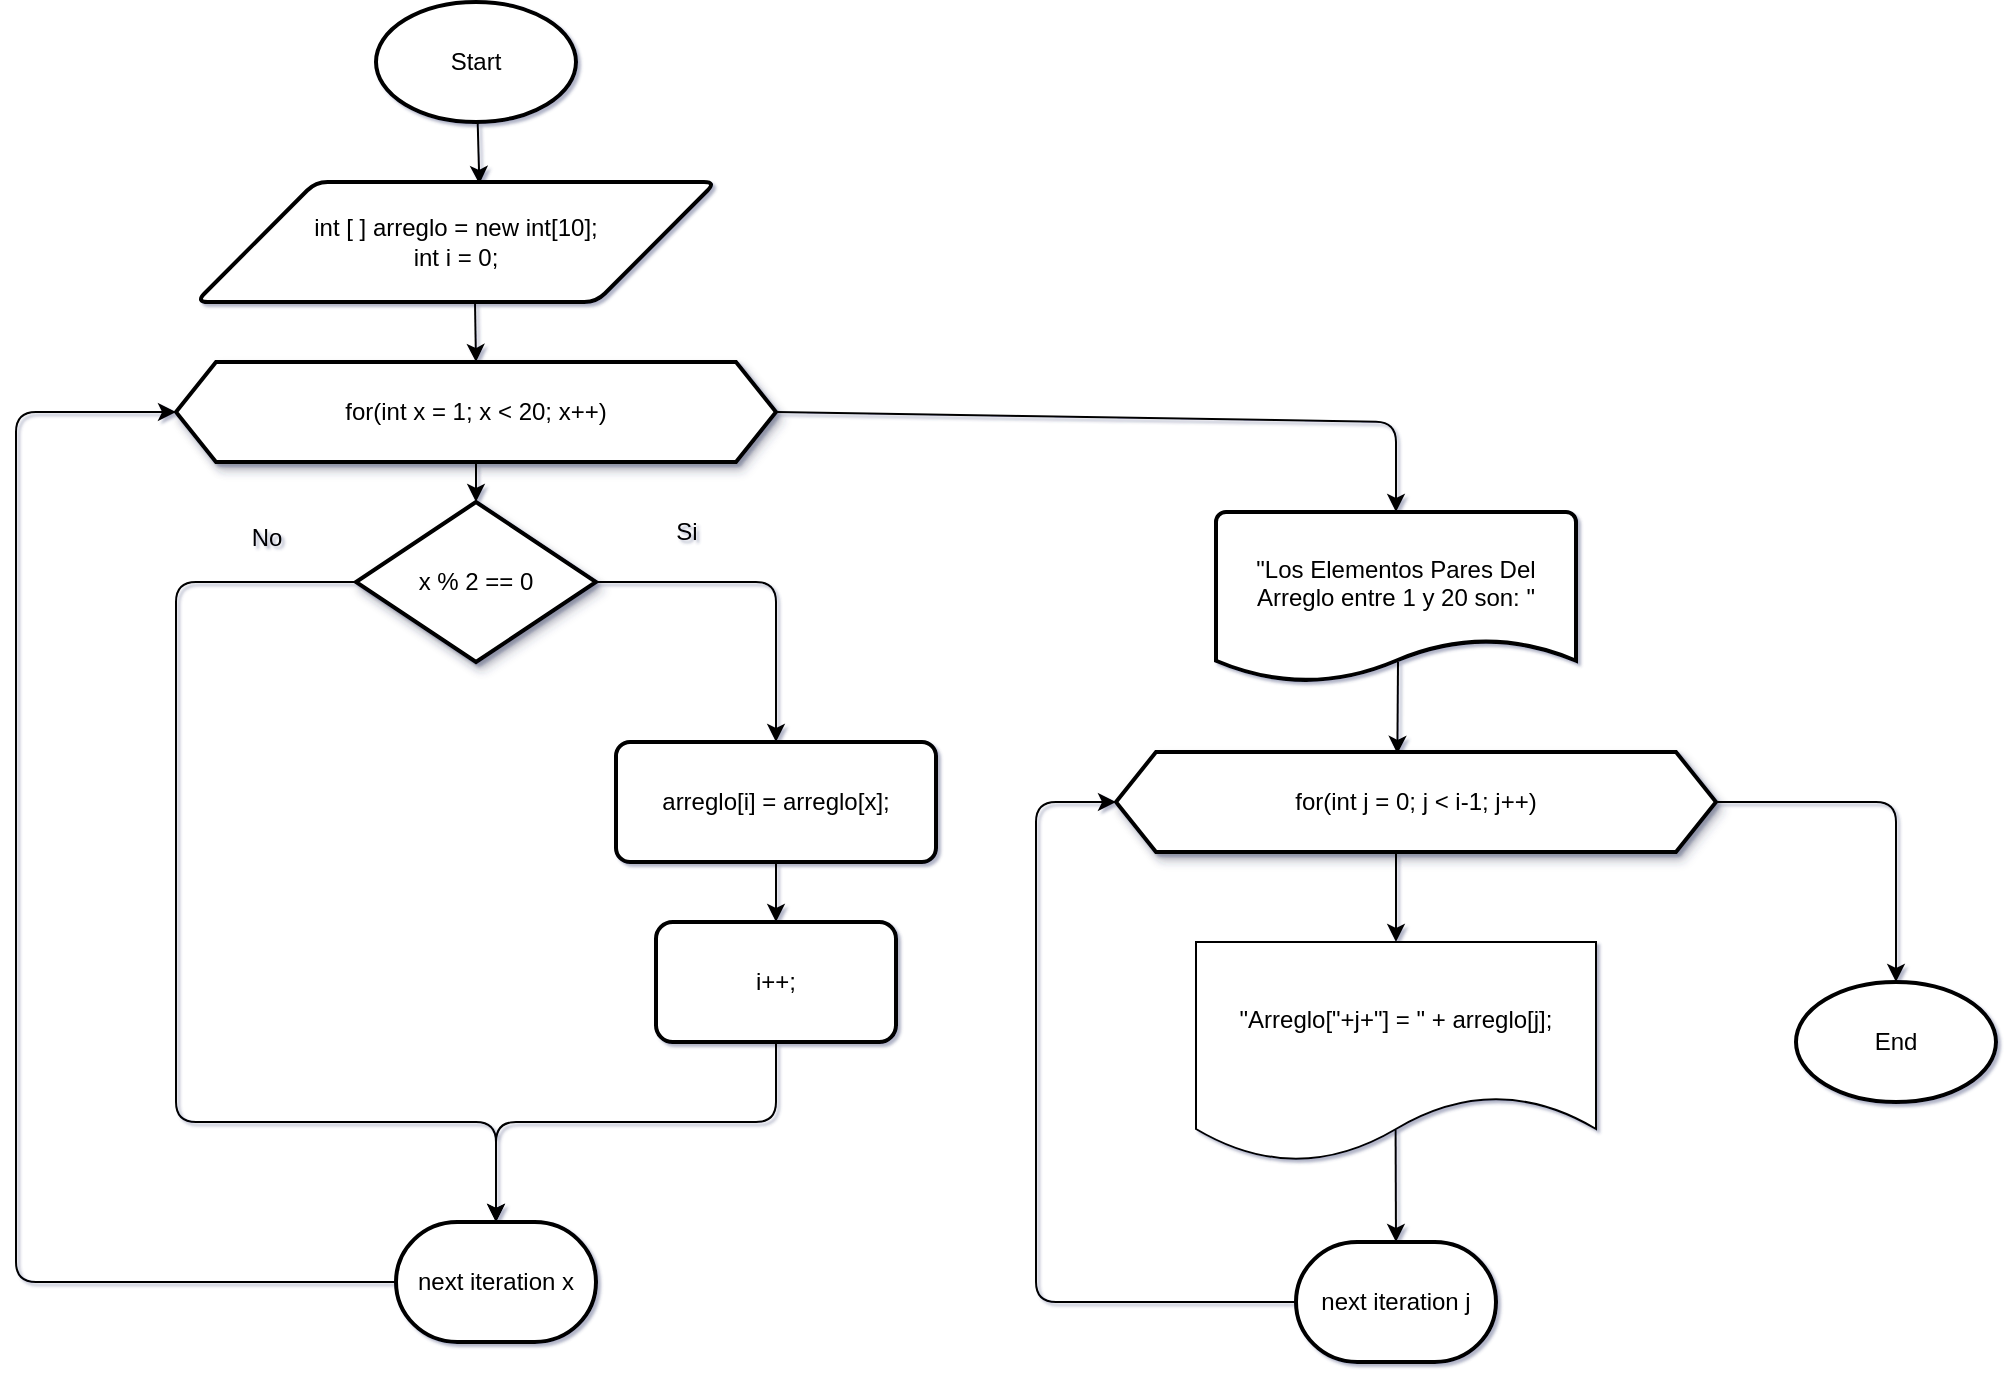
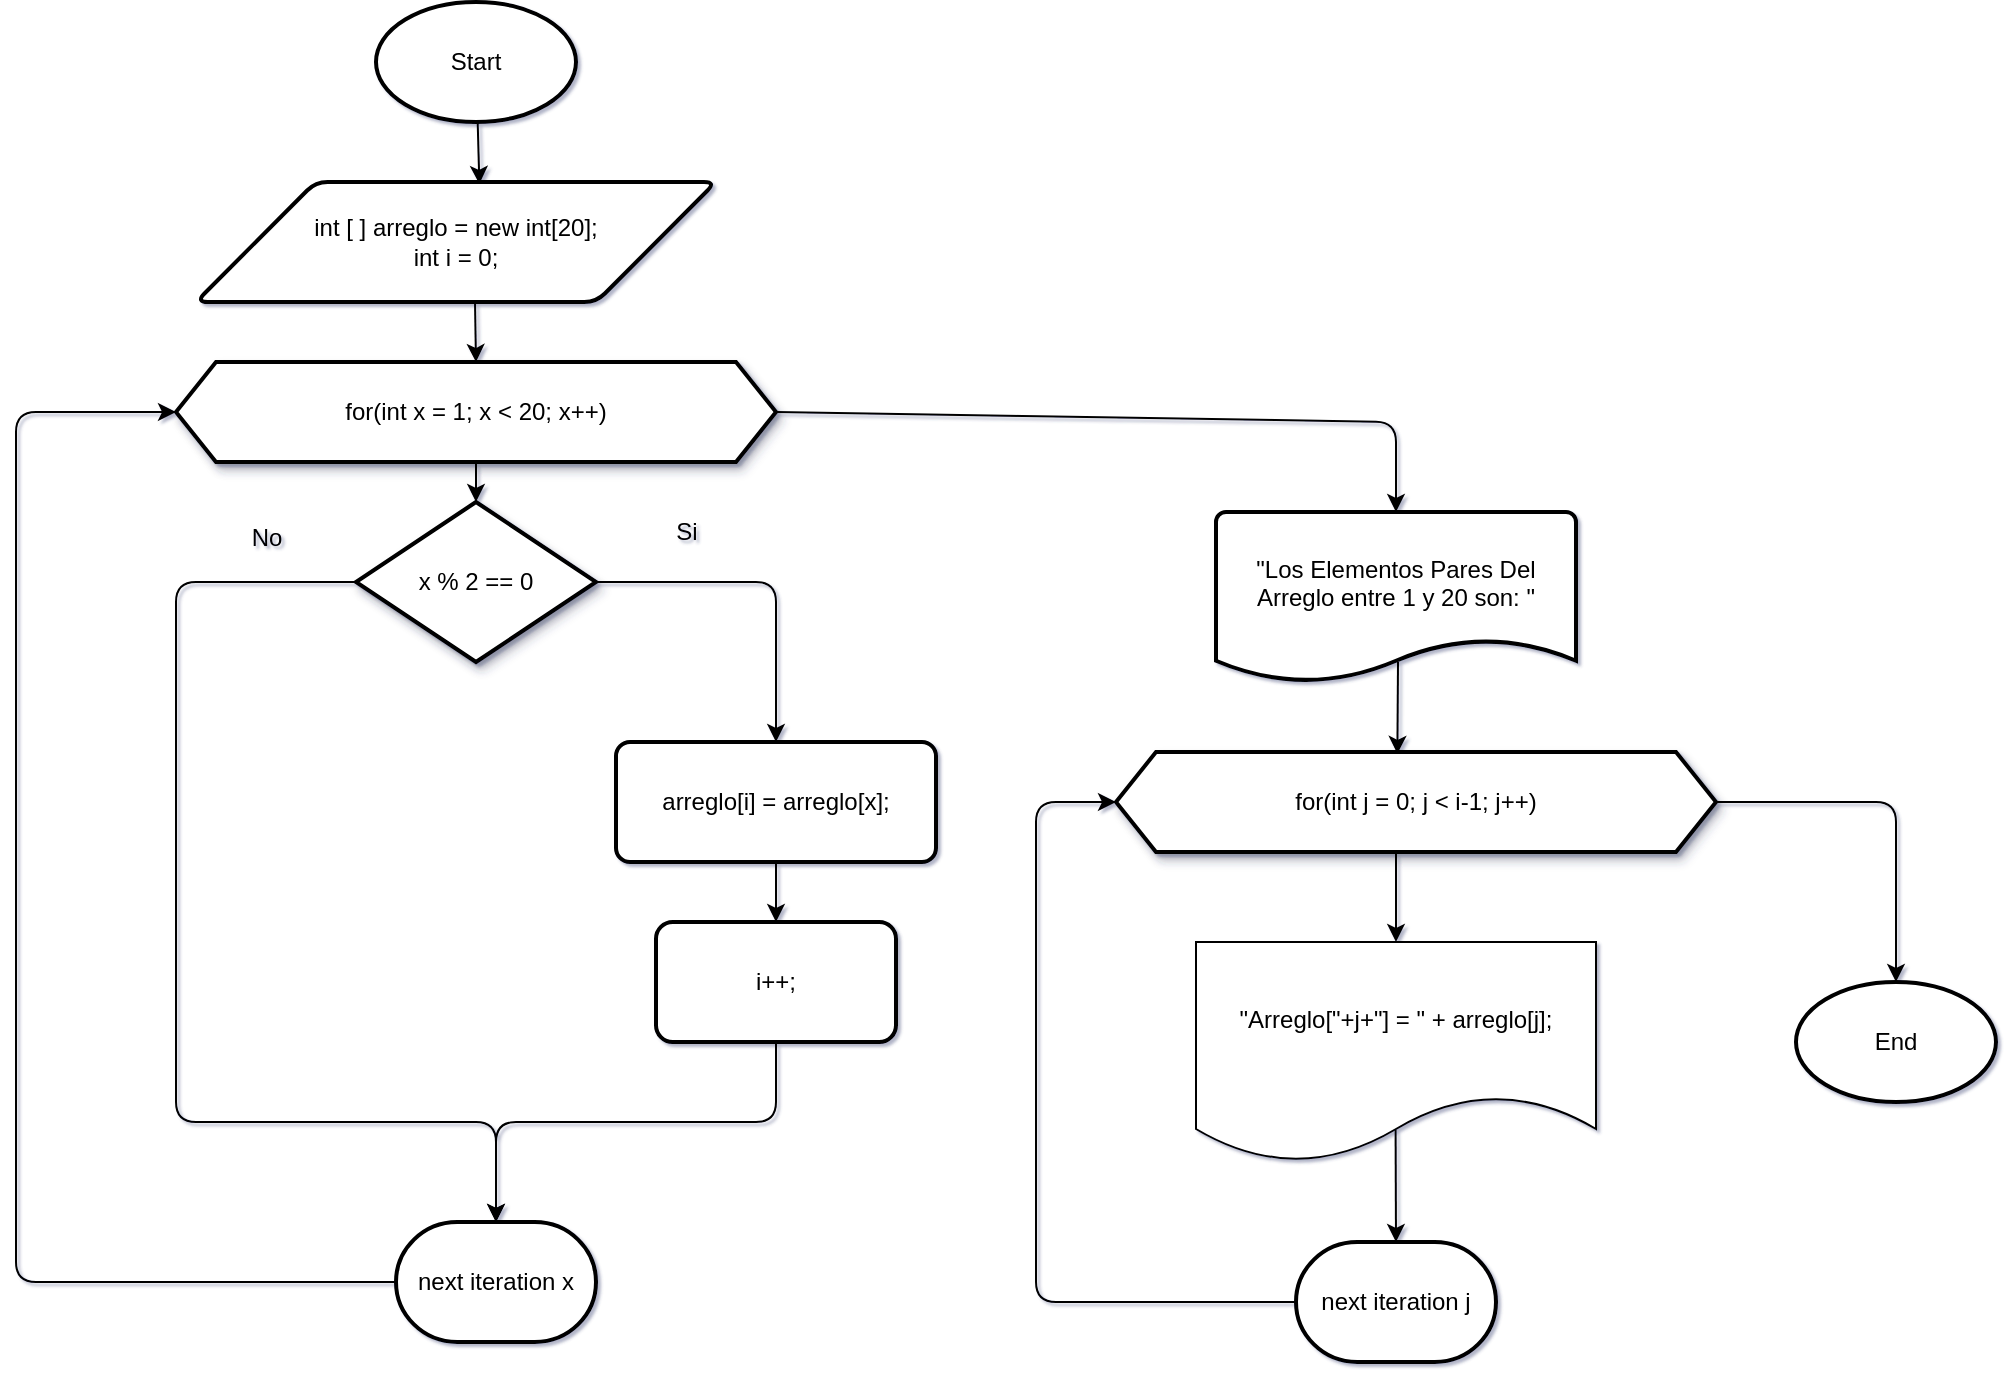
<mxfile host="65bd71144e">
    <diagram id="6mQ_ADOAQ1k1-LOWOxSz" name="Page-1">
-         <mxGraphModel dx="983" dy="779" grid="1" gridSize="10" guides="1" tooltips="1" connect="1" arrows="1" fold="1" page="1" pageScale="1" pageWidth="850" pageHeight="1100" math="0" shadow="1">
+         <mxGraphModel dx="1109" dy="661" grid="1" gridSize="10" guides="1" tooltips="1" connect="1" arrows="1" fold="1" page="1" pageScale="1" pageWidth="850" pageHeight="1100" math="0" shadow="1">
            <root>
                <mxCell id="0"/>
                <mxCell id="1" parent="0"/>
-                 <mxCell id="3" value="Start" style="strokeWidth=2;html=1;shape=mxgraph.flowchart.start_1;whiteSpace=wrap;" vertex="1" parent="1">
+                 <mxCell id="3" value="Start" style="strokeWidth=2;html=1;shape=mxgraph.flowchart.start_1;whiteSpace=wrap;" parent="1" vertex="1">
                    <mxGeometry x="340" y="30" width="100" height="60" as="geometry"/>
                </mxCell>
-                 <mxCell id="4" value="int [ ] arreglo = new int[10];&lt;div&gt;int i = 0;&lt;/div&gt;" style="shape=parallelogram;html=1;strokeWidth=2;perimeter=parallelogramPerimeter;whiteSpace=wrap;rounded=1;arcSize=12;size=0.23;" vertex="1" parent="1">
+                 <mxCell id="4" value="int [ ] arreglo = new int[20];&lt;div&gt;int i = 0;&lt;/div&gt;" style="shape=parallelogram;html=1;strokeWidth=2;perimeter=parallelogramPerimeter;whiteSpace=wrap;rounded=1;arcSize=12;size=0.23;" parent="1" vertex="1">
                    <mxGeometry x="250" y="120" width="260" height="60" as="geometry"/>
                </mxCell>
-                 <mxCell id="5" style="edgeStyle=none;html=1;entryX=0.545;entryY=0.016;entryDx=0;entryDy=0;entryPerimeter=0;" edge="1" parent="1" source="3" target="4">
+                 <mxCell id="5" style="edgeStyle=none;html=1;entryX=0.545;entryY=0.016;entryDx=0;entryDy=0;entryPerimeter=0;" parent="1" source="3" target="4" edge="1">
                    <mxGeometry relative="1" as="geometry"/>
                </mxCell>
-                 <mxCell id="11" value="" style="edgeStyle=none;html=1;" edge="1" parent="1" source="6" target="10">
+                 <mxCell id="11" value="" style="edgeStyle=none;html=1;" parent="1" source="6" target="10" edge="1">
                    <mxGeometry relative="1" as="geometry"/>
                </mxCell>
-                 <mxCell id="26" style="edgeStyle=none;html=1;entryX=0.5;entryY=0;entryDx=0;entryDy=0;entryPerimeter=0;exitX=1;exitY=0.5;exitDx=0;exitDy=0;" edge="1" parent="1" source="6" target="27">
+                 <mxCell id="26" style="edgeStyle=none;html=1;entryX=0.5;entryY=0;entryDx=0;entryDy=0;entryPerimeter=0;exitX=1;exitY=0.5;exitDx=0;exitDy=0;" parent="1" source="6" target="27" edge="1">
                    <mxGeometry relative="1" as="geometry">
                        <mxPoint x="840" y="235" as="targetPoint"/>
                        <Array as="points">
                            <mxPoint x="850" y="240"/>
                        </Array>
                    </mxGeometry>
                </mxCell>
-                 <mxCell id="6" value="for(int x = 1; x &amp;lt; 20; x++)" style="shape=hexagon;perimeter=hexagonPerimeter2;whiteSpace=wrap;html=1;fixedSize=1;strokeWidth=2;textShadow=0;shadow=1;" vertex="1" parent="1">
+                 <mxCell id="6" value="for(int x = 1; x &amp;lt; 20; x++)" style="shape=hexagon;perimeter=hexagonPerimeter2;whiteSpace=wrap;html=1;fixedSize=1;strokeWidth=2;textShadow=0;shadow=1;" parent="1" vertex="1">
                    <mxGeometry x="240" y="210" width="300" height="50" as="geometry"/>
                </mxCell>
-                 <mxCell id="8" style="edgeStyle=none;html=1;entryX=0.5;entryY=0;entryDx=0;entryDy=0;" edge="1" parent="1" target="6">
+                 <mxCell id="8" style="edgeStyle=none;html=1;entryX=0.5;entryY=0;entryDx=0;entryDy=0;" parent="1" target="6" edge="1">
                    <mxGeometry relative="1" as="geometry">
                        <mxPoint x="389.5" y="180" as="sourcePoint"/>
                        <mxPoint x="390.5" y="211" as="targetPoint"/>
                    </mxGeometry>
                </mxCell>
-                 <mxCell id="12" style="edgeStyle=none;html=1;exitX=1;exitY=0.5;exitDx=0;exitDy=0;" edge="1" parent="1">
+                 <mxCell id="12" style="edgeStyle=none;html=1;exitX=1;exitY=0.5;exitDx=0;exitDy=0;" parent="1" edge="1">
                    <mxGeometry relative="1" as="geometry">
                        <mxPoint x="540" y="400" as="targetPoint"/>
                        <mxPoint x="410" y="320" as="sourcePoint"/>
                        <Array as="points">
                            <mxPoint x="540" y="320"/>
                        </Array>
                    </mxGeometry>
                </mxCell>
-                 <mxCell id="13" style="edgeStyle=none;html=1;exitX=0;exitY=0.5;exitDx=0;exitDy=0;" edge="1" parent="1" source="10">
+                 <mxCell id="13" style="edgeStyle=none;html=1;exitX=0;exitY=0.5;exitDx=0;exitDy=0;" parent="1" source="10" edge="1">
                    <mxGeometry relative="1" as="geometry">
                        <mxPoint x="400" y="640" as="targetPoint"/>
                        <Array as="points">
                            <mxPoint x="240" y="320"/>
                            <mxPoint x="240" y="590"/>
                            <mxPoint x="400" y="590"/>
                        </Array>
                    </mxGeometry>
                </mxCell>
-                 <mxCell id="10" value="x % 2 == 0" style="rhombus;whiteSpace=wrap;html=1;strokeWidth=2;shadow=1;" vertex="1" parent="1">
+                 <mxCell id="10" value="x % 2 == 0" style="rhombus;whiteSpace=wrap;html=1;strokeWidth=2;shadow=1;" parent="1" vertex="1">
                    <mxGeometry x="330" y="280" width="120" height="80" as="geometry"/>
                </mxCell>
-                 <mxCell id="17" value="" style="edgeStyle=none;html=1;" edge="1" parent="1" source="15" target="16">
+                 <mxCell id="17" value="" style="edgeStyle=none;html=1;" parent="1" source="15" target="16" edge="1">
                    <mxGeometry relative="1" as="geometry"/>
                </mxCell>
-                 <mxCell id="15" value="arreglo[i] = arreglo[x];" style="rounded=1;whiteSpace=wrap;html=1;absoluteArcSize=1;arcSize=14;strokeWidth=2;" vertex="1" parent="1">
+                 <mxCell id="15" value="arreglo[i] = arreglo[x];" style="rounded=1;whiteSpace=wrap;html=1;absoluteArcSize=1;arcSize=14;strokeWidth=2;" parent="1" vertex="1">
                    <mxGeometry x="460" y="400" width="160" height="60" as="geometry"/>
                </mxCell>
-                 <mxCell id="20" style="edgeStyle=none;html=1;exitX=0.5;exitY=1;exitDx=0;exitDy=0;" edge="1" parent="1" source="16">
+                 <mxCell id="20" style="edgeStyle=none;html=1;exitX=0.5;exitY=1;exitDx=0;exitDy=0;" parent="1" source="16" edge="1">
                    <mxGeometry relative="1" as="geometry">
                        <mxPoint x="400" y="640" as="targetPoint"/>
                        <Array as="points">
                            <mxPoint x="540" y="590"/>
                            <mxPoint x="400" y="590"/>
                        </Array>
                    </mxGeometry>
                </mxCell>
-                 <mxCell id="16" value="i++;" style="whiteSpace=wrap;html=1;rounded=1;arcSize=14;strokeWidth=2;" vertex="1" parent="1">
+                 <mxCell id="16" value="i++;" style="whiteSpace=wrap;html=1;rounded=1;arcSize=14;strokeWidth=2;" parent="1" vertex="1">
                    <mxGeometry x="480" y="490" width="120" height="60" as="geometry"/>
                </mxCell>
-                 <mxCell id="18" value="Si" style="text;html=1;align=center;verticalAlign=middle;resizable=0;points=[];autosize=1;strokeColor=none;fillColor=none;" vertex="1" parent="1">
+                 <mxCell id="18" value="Si" style="text;html=1;align=center;verticalAlign=middle;resizable=0;points=[];autosize=1;strokeColor=none;fillColor=none;" parent="1" vertex="1">
                    <mxGeometry x="480" y="280" width="30" height="30" as="geometry"/>
                </mxCell>
-                 <mxCell id="19" value="No&lt;div&gt;&lt;br&gt;&lt;/div&gt;" style="text;html=1;align=center;verticalAlign=middle;resizable=0;points=[];autosize=1;strokeColor=none;fillColor=none;" vertex="1" parent="1">
+                 <mxCell id="19" value="No&lt;div&gt;&lt;br&gt;&lt;/div&gt;" style="text;html=1;align=center;verticalAlign=middle;resizable=0;points=[];autosize=1;strokeColor=none;fillColor=none;" parent="1" vertex="1">
                    <mxGeometry x="265" y="285" width="40" height="40" as="geometry"/>
                </mxCell>
-                 <mxCell id="24" style="edgeStyle=none;html=1;entryX=0;entryY=0.5;entryDx=0;entryDy=0;exitX=0;exitY=0.5;exitDx=0;exitDy=0;exitPerimeter=0;" edge="1" parent="1" source="23" target="6">
+                 <mxCell id="24" style="edgeStyle=none;html=1;entryX=0;entryY=0.5;entryDx=0;entryDy=0;exitX=0;exitY=0.5;exitDx=0;exitDy=0;exitPerimeter=0;" parent="1" source="23" target="6" edge="1">
                    <mxGeometry relative="1" as="geometry">
                        <Array as="points">
                            <mxPoint x="160" y="670"/>
                            <mxPoint x="160" y="235"/>
                        </Array>
                    </mxGeometry>
                </mxCell>
-                 <mxCell id="23" value="next iteration x" style="strokeWidth=2;html=1;shape=mxgraph.flowchart.terminator;whiteSpace=wrap;" vertex="1" parent="1">
+                 <mxCell id="23" value="next iteration x" style="strokeWidth=2;html=1;shape=mxgraph.flowchart.terminator;whiteSpace=wrap;" parent="1" vertex="1">
                    <mxGeometry x="350" y="640" width="100" height="60" as="geometry"/>
                </mxCell>
-                 <mxCell id="27" value="&quot;Los Elementos Pares Del Arreglo entre 1 y 20 son: &quot;&lt;div&gt;&lt;br&gt;&lt;/div&gt;" style="strokeWidth=2;html=1;shape=mxgraph.flowchart.document2;whiteSpace=wrap;size=0.25;" vertex="1" parent="1">
+                 <mxCell id="27" value="&quot;Los Elementos Pares Del Arreglo entre 1 y 20 son: &quot;&lt;div&gt;&lt;br&gt;&lt;/div&gt;" style="strokeWidth=2;html=1;shape=mxgraph.flowchart.document2;whiteSpace=wrap;size=0.25;" parent="1" vertex="1">
                    <mxGeometry x="760" y="285" width="180" height="85" as="geometry"/>
                </mxCell>
-                 <mxCell id="28" value="for(int j = 0; j &amp;lt; i-1; j++)" style="shape=hexagon;perimeter=hexagonPerimeter2;whiteSpace=wrap;html=1;fixedSize=1;strokeWidth=2;textShadow=0;shadow=1;" vertex="1" parent="1">
+                 <mxCell id="28" value="for(int j = 0; j &amp;lt; i-1; j++)" style="shape=hexagon;perimeter=hexagonPerimeter2;whiteSpace=wrap;html=1;fixedSize=1;strokeWidth=2;textShadow=0;shadow=1;" parent="1" vertex="1">
                    <mxGeometry x="710" y="405" width="300" height="50" as="geometry"/>
                </mxCell>
-                 <mxCell id="29" style="edgeStyle=none;html=1;entryX=0.469;entryY=0.018;entryDx=0;entryDy=0;entryPerimeter=0;" edge="1" parent="1" target="28">
+                 <mxCell id="29" style="edgeStyle=none;html=1;entryX=0.469;entryY=0.018;entryDx=0;entryDy=0;entryPerimeter=0;" parent="1" target="28" edge="1">
                    <mxGeometry relative="1" as="geometry">
                        <mxPoint x="851" y="360" as="sourcePoint"/>
                    </mxGeometry>
                </mxCell>
-                 <mxCell id="32" style="edgeStyle=none;html=1;" edge="1" parent="1">
+                 <mxCell id="32" style="edgeStyle=none;html=1;" parent="1" edge="1">
                    <mxGeometry relative="1" as="geometry">
                        <mxPoint x="850" y="500" as="targetPoint"/>
                        <mxPoint x="850" y="455" as="sourcePoint"/>
                    </mxGeometry>
                </mxCell>
-                 <mxCell id="33" value="&quot;Arreglo[&quot;+j+&quot;] = &quot; + arreglo[j];" style="shape=document;whiteSpace=wrap;html=1;boundedLbl=1;" vertex="1" parent="1">
+                 <mxCell id="33" value="&quot;Arreglo[&quot;+j+&quot;] = &quot; + arreglo[j];" style="shape=document;whiteSpace=wrap;html=1;boundedLbl=1;" parent="1" vertex="1">
                    <mxGeometry x="750" y="500" width="200" height="110" as="geometry"/>
                </mxCell>
-                 <mxCell id="36" style="edgeStyle=none;html=1;entryX=0;entryY=0.5;entryDx=0;entryDy=0;" edge="1" parent="1" source="34" target="28">
+                 <mxCell id="36" style="edgeStyle=none;html=1;entryX=0;entryY=0.5;entryDx=0;entryDy=0;" parent="1" source="34" target="28" edge="1">
                    <mxGeometry relative="1" as="geometry">
                        <Array as="points">
                            <mxPoint x="670" y="680"/>
                            <mxPoint x="670" y="430"/>
                        </Array>
                    </mxGeometry>
                </mxCell>
-                 <mxCell id="34" value="next iteration j" style="strokeWidth=2;html=1;shape=mxgraph.flowchart.terminator;whiteSpace=wrap;" vertex="1" parent="1">
+                 <mxCell id="34" value="next iteration j" style="strokeWidth=2;html=1;shape=mxgraph.flowchart.terminator;whiteSpace=wrap;" parent="1" vertex="1">
                    <mxGeometry x="800" y="650" width="100" height="60" as="geometry"/>
                </mxCell>
-                 <mxCell id="35" style="edgeStyle=none;html=1;entryX=0.5;entryY=0;entryDx=0;entryDy=0;entryPerimeter=0;exitX=0.499;exitY=0.853;exitDx=0;exitDy=0;exitPerimeter=0;" edge="1" parent="1" source="33" target="34">
+                 <mxCell id="35" style="edgeStyle=none;html=1;entryX=0.5;entryY=0;entryDx=0;entryDy=0;entryPerimeter=0;exitX=0.499;exitY=0.853;exitDx=0;exitDy=0;exitPerimeter=0;" parent="1" source="33" target="34" edge="1">
                    <mxGeometry relative="1" as="geometry"/>
                </mxCell>
-                 <mxCell id="37" value="End" style="strokeWidth=2;html=1;shape=mxgraph.flowchart.start_1;whiteSpace=wrap;" vertex="1" parent="1">
+                 <mxCell id="37" value="End" style="strokeWidth=2;html=1;shape=mxgraph.flowchart.start_1;whiteSpace=wrap;" parent="1" vertex="1">
                    <mxGeometry x="1050" y="520" width="100" height="60" as="geometry"/>
                </mxCell>
-                 <mxCell id="38" style="edgeStyle=none;html=1;entryX=0.5;entryY=0;entryDx=0;entryDy=0;entryPerimeter=0;exitX=1;exitY=0.5;exitDx=0;exitDy=0;" edge="1" parent="1" source="28" target="37">
+                 <mxCell id="38" style="edgeStyle=none;html=1;entryX=0.5;entryY=0;entryDx=0;entryDy=0;entryPerimeter=0;exitX=1;exitY=0.5;exitDx=0;exitDy=0;" parent="1" source="28" target="37" edge="1">
                    <mxGeometry relative="1" as="geometry">
                        <Array as="points">
                            <mxPoint x="1100" y="430"/>
                        </Array>
                    </mxGeometry>
                </mxCell>
            </root>
        </mxGraphModel>
    </diagram>
</mxfile>